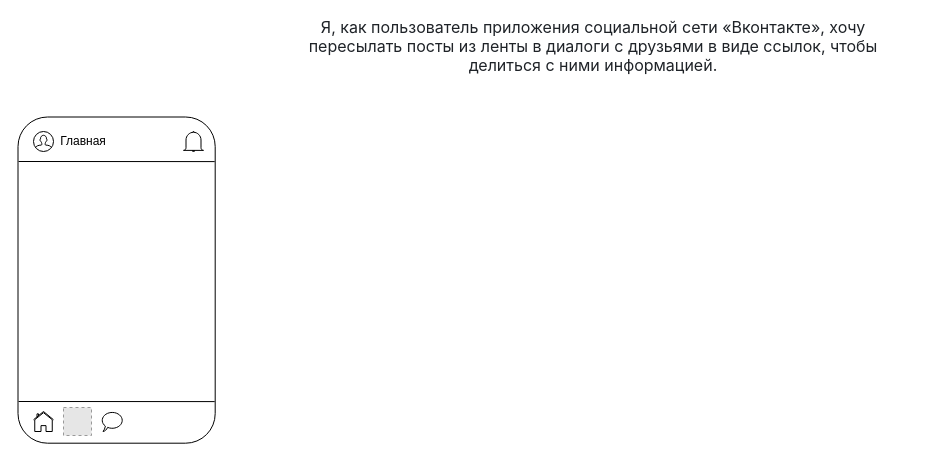
Above: Chekerbaeva_Giuzal/Untitled Diagram.drawio in Giuzal/BSA21_1 (draw.io), before the change. Source tidied: cells renumbered, new cells numbered last; positions are measured from the earlier drawing's top-left corner, leaving out a move shared by most shapes. Both pictures are drawn from the tidied source at 100%, with x=0, y=0 at pixel (-47, 31). Pictures stored in the file or linked from it are replaced by grey dashed boxes.
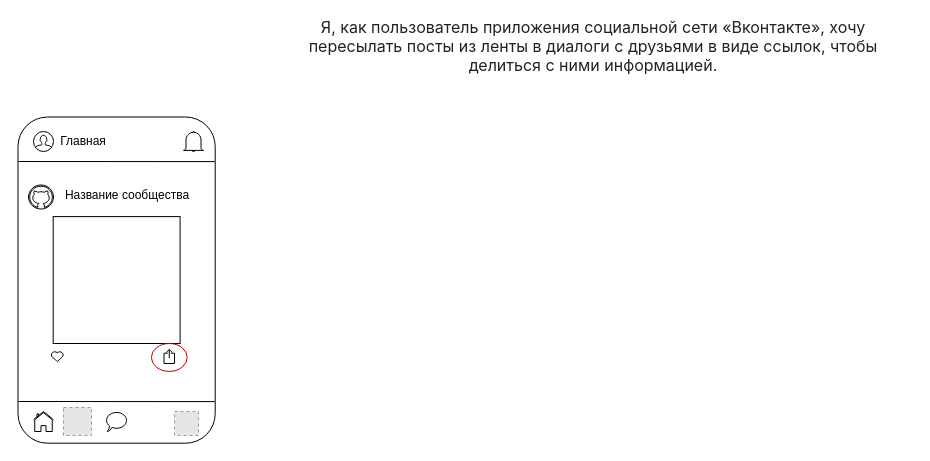
Above is the later version.

Diff of the diagram source:
```diff
@@
     <mxCell id="11" style="whiteSpace=wrap;html=1;shape=mxgraph.basic.oval_callout;" parent="1" vertex="1">
-      <mxGeometry x="147.7" y="380" width="22.3" height="20" as="geometry" />
+      <mxGeometry x="152" y="380" width="22.3" height="20" as="geometry" />
     </mxCell>
+    <mxCell id="12" style="fillColor=#E6E6E6;strokeColor=#999999;dashed=1;html=1;verticalAlign=top;verticalLabelPosition=bottom;labelBackgroundColor=#ffffff;" parent="1" vertex="1">
+      <mxGeometry x="221" y="380" width="24" height="24" as="geometry" />
+    </mxCell>
+    <mxCell id="13" value="Название сообщества&lt;div&gt;&lt;br&gt;&lt;/div&gt;" style="text;strokeColor=none;align=center;fillColor=none;html=1;verticalAlign=middle;whiteSpace=wrap;rounded=0;" parent="1" vertex="1">
+      <mxGeometry x="110" y="163.8" width="128" height="13.8" as="geometry" />
+    </mxCell>
+    <mxCell id="14" style="verticalLabelPosition=bottom;html=1;verticalAlign=top;align=center;shape=mxgraph.azure.github_code;" parent="1" vertex="1">
+      <mxGeometry x="75" y="153.5" width="25" height="24" as="geometry" />
+    </mxCell>
+    <mxCell id="15" style="verticalLabelPosition=bottom;verticalAlign=top;html=1;shape=mxgraph.basic.heart;" parent="1" vertex="1">
+      <mxGeometry x="97.5" y="320" width="12.5" height="10" as="geometry" />
+    </mxCell>
+    <mxCell id="16" style="whiteSpace=wrap;html=1;" parent="1" vertex="1">
+      <mxGeometry x="99.7" y="185.1" width="126.9" height="126.9" as="geometry" />
+    </mxCell>
+    <mxCell id="17" style="html=1;verticalLabelPosition=bottom;align=center;labelBackgroundColor=#ffffff;verticalAlign=top;strokeWidth=1;shadow=0;dashed=0;shape=mxgraph.ios7.icons.share;" parent="1" vertex="1">
+      <mxGeometry x="210.5" y="318" width="10.5" height="14" as="geometry" />
+    </mxCell>
+    <mxCell id="18" style="ellipse;whiteSpace=wrap;html=1;fillColor=none;fontColor=#ffffff;strokeColor=#B20000;" parent="1" vertex="1">
+      <mxGeometry x="197.9" y="312" width="35.8" height="27.9" as="geometry" />
+    </mxCell>
```
